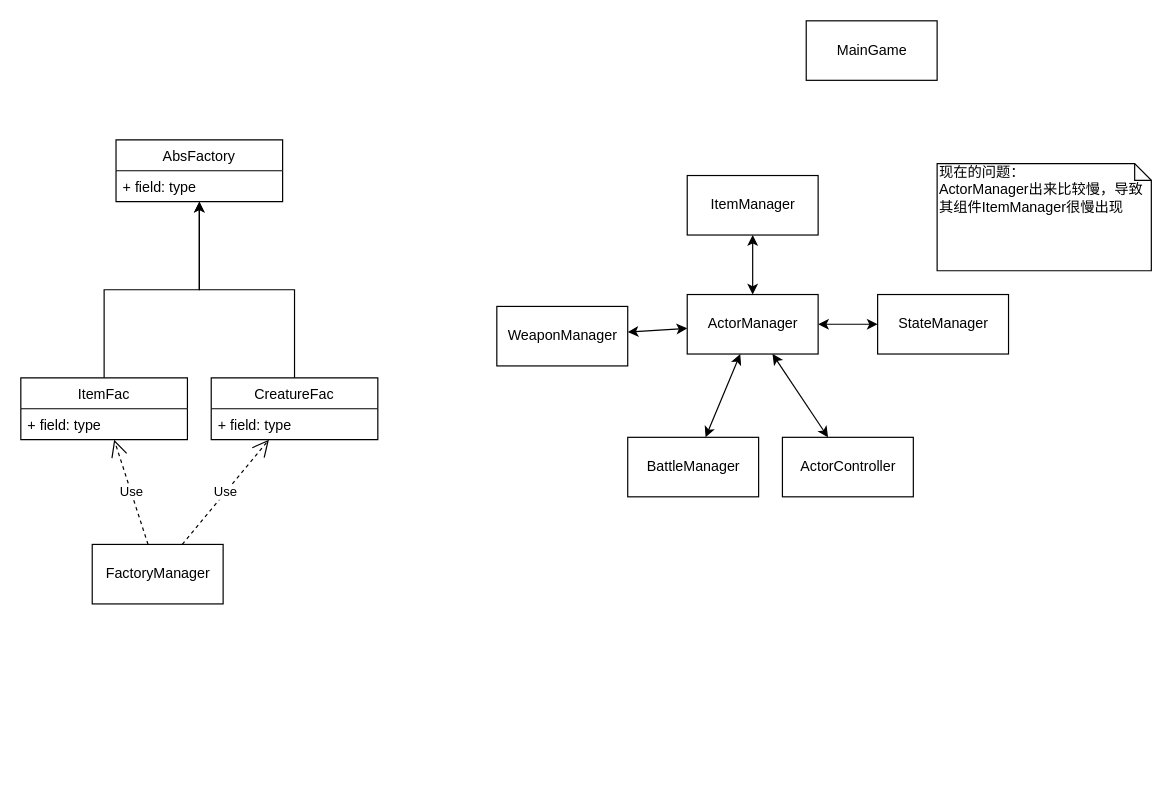
Before: GameFramework.drawio in gatzai/DrawioStorage, a draw.io diagram. Source tidied: cells renumbered, new cells numbered last; positions are measured from the earlier drawing's top-left corner, leaving out a move shared by most shapes. Both pictures are drawn from the tidied source at 119%, with x=0, y=0 at pixel (20, 20).
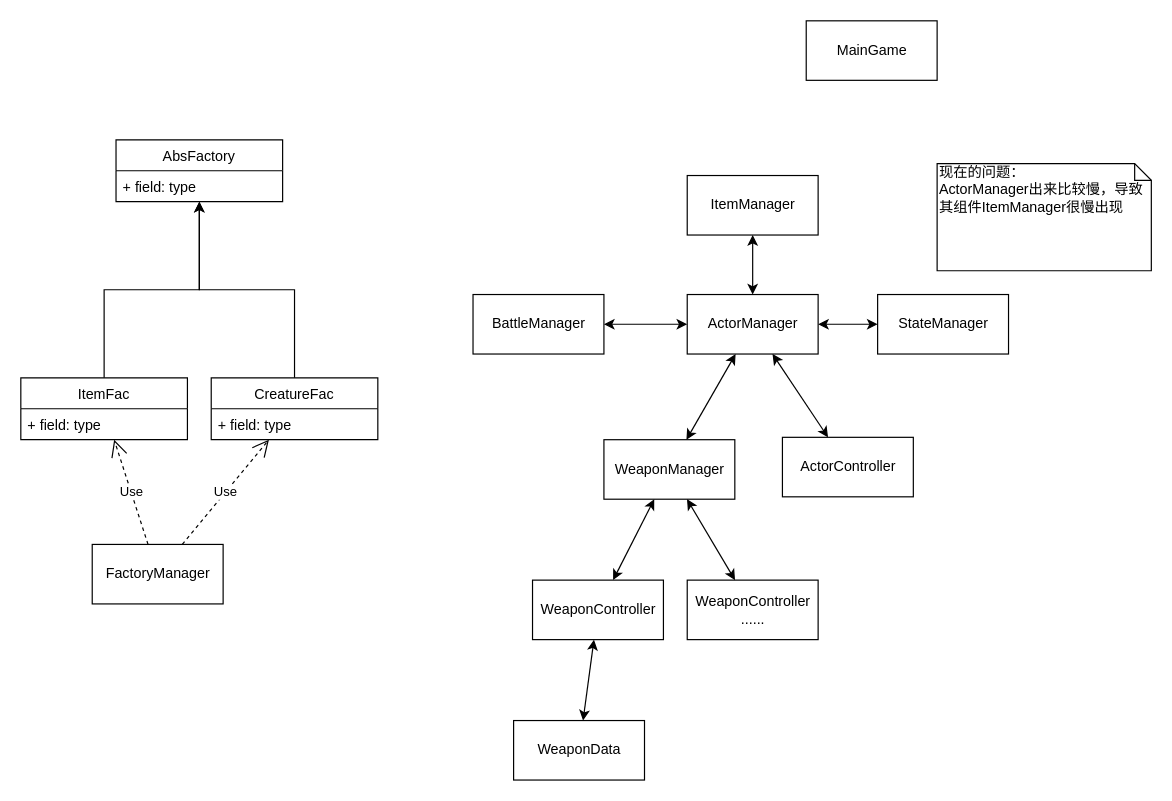
The same page after the edit.

What changed in the source:
```diff
@@
     <mxCell id="15" value="BattleManager" style="html=1;" parent="1" vertex="1">
-      <mxGeometry x="510" y="350" width="110" height="50" as="geometry" />
+      <mxGeometry x="380" y="230" width="110" height="50" as="geometry" />
     </mxCell>
@@
     <mxCell id="17" value="WeaponManager" style="html=1;" parent="1" vertex="1">
-      <mxGeometry x="400" y="240" width="110" height="50" as="geometry" />
+      <mxGeometry x="490" y="352" width="110" height="50" as="geometry" />
     </mxCell>
@@
+    <mxCell id="26" style="endArrow=classic;startArrow=classic;html=1;fontColor=#00CC00;" parent="1" edge="1" source="27" target="17">
+      <mxGeometry relative="1" as="geometry" />
+    </mxCell>
+    <mxCell id="27" value="WeaponController" style="html=1;" parent="1" vertex="1">
+      <mxGeometry x="430" y="470" width="110" height="50" as="geometry" />
+    </mxCell>
+    <mxCell id="28" value="WeaponData" style="html=1;" parent="1" vertex="1">
+      <mxGeometry x="414.1" y="588" width="110" height="50" as="geometry" />
+    </mxCell>
+    <mxCell id="29" style="endArrow=classic;startArrow=classic;html=1;fontColor=#00CC00;" parent="1" edge="1" source="28" target="27">
+      <mxGeometry relative="1" as="geometry" />
+    </mxCell>
+    <mxCell id="30" value="WeaponController&lt;br&gt;......" style="html=1;" parent="1" vertex="1">
+      <mxGeometry x="560" y="470" width="110" height="50" as="geometry" />
+    </mxCell>
+    <mxCell id="31" style="endArrow=classic;startArrow=classic;html=1;fontColor=#00CC00;" parent="1" edge="1" source="30" target="17">
+      <mxGeometry relative="1" as="geometry" />
+    </mxCell>
```
